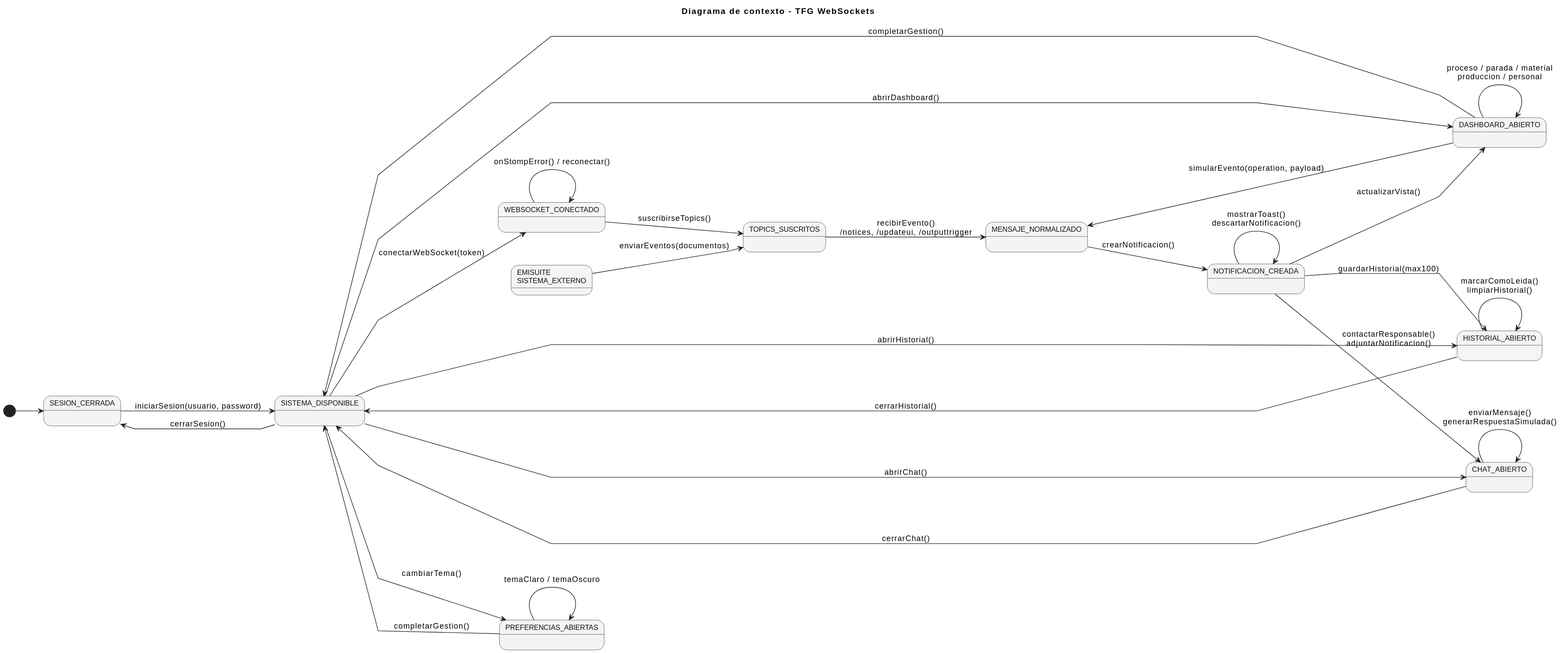
Before: imagenes/diagramaContextoSimple.svg, a diagram exported from PlantUML (RaulPlayo/TFG-RaulPelayoParaja). Its diagram source:
```plantuml
@startuml
title Diagrama de contexto - TFG WebSockets

left to right direction
skinparam linetype polyline
skinparam nodesep 55
skinparam ranksep 45

skinparam backgroundColor white
skinparam shadowing false
skinparam ArrowColor #222222
skinparam StateBorderColor #222222
skinparam StateBackgroundColor #F4F4F4
skinparam StateFontColor #111111
skinparam StateFontSize 12
skinparam defaultFontName Arial

state "SESION_CERRADA" as NoAuth
state "SISTEMA_DISPONIBLE" as Menu
state "EMISUITE\nSISTEMA_EXTERNO" as EmiSuite
state "WEBSOCKET_CONECTADO" as WebSocket
state "TOPICS_SUSCRITOS" as Topics
state "MENSAJE_NORMALIZADO" as Message
state "DASHBOARD_ABIERTO" as Dashboard
state "NOTIFICACION_CREADA" as Notification
state "HISTORIAL_ABIERTO" as History
state "CHAT_ABIERTO" as Chat
state "PREFERENCIAS_ABIERTAS" as Preferences

[*] --> NoAuth

NoAuth --> Menu : iniciarSesion(usuario, password)
Menu --> NoAuth : cerrarSesion()

Menu --> WebSocket : conectarWebSocket(token)
WebSocket --> WebSocket : onStompError() / reconectar()
WebSocket --> Topics : suscribirseTopics()
EmiSuite --> Topics : enviarEventos(documentos)

Topics --> Message : recibirEvento()\n/notices, /updateui, /outputtrigger
Dashboard --> Message : simularEvento(operation, payload)
Message --> Notification : crearNotificacion()

Menu --> Dashboard : abrirDashboard()
Dashboard --> Dashboard : proceso / parada / material\nproduccion / personal
Dashboard --> Menu : completarGestion()

Notification --> Dashboard : actualizarVista()
Notification --> Notification : mostrarToast()\ndescartarNotificacion()
Notification --> History : guardarHistorial(max100)
Notification --> Chat : contactarResponsable()\nadjuntarNotificacion()

Menu --> History : abrirHistorial()
History --> History : marcarComoLeida()\nlimpiarHistorial()
History --> Menu : cerrarHistorial()

Menu --> Chat : abrirChat()
Chat --> Chat : enviarMensaje()\ngenerarRespuestaSimulada()
Chat --> Menu : cerrarChat()

Menu --> Preferences : cambiarTema()
Preferences --> Preferences : temaClaro / temaOscuro
Preferences --> Menu : completarGestion()
@enduml
```
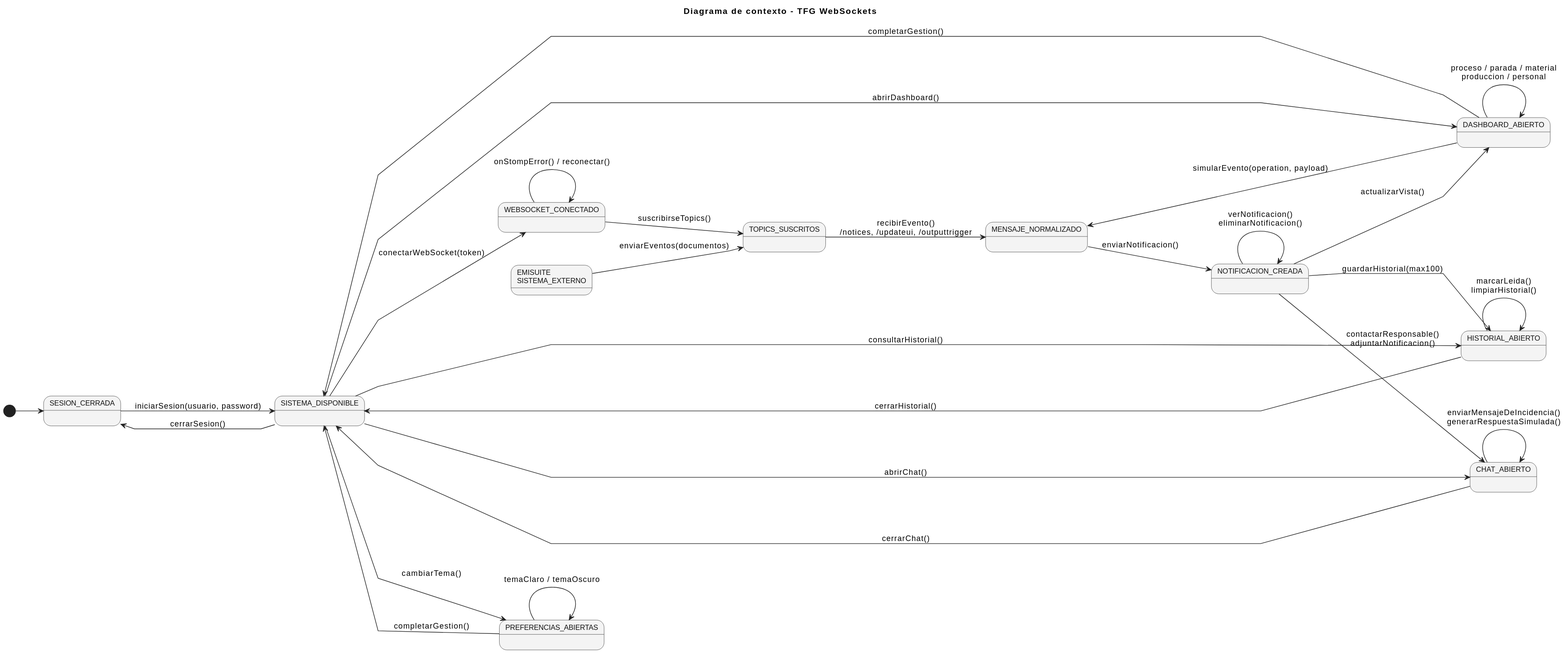
Above is the later version.

Diff of the diagram source:
```diff
@@ -39,23 +39,23 @@
 
 Topics --> Message : recibirEvento()\n/notices, /updateui, /outputtrigger
 Dashboard --> Message : simularEvento(operation, payload)
-Message --> Notification : crearNotificacion()
+Message --> Notification : enviarNotificacion()
 
 Menu --> Dashboard : abrirDashboard()
 Dashboard --> Dashboard : proceso / parada / material\nproduccion / personal
 Dashboard --> Menu : completarGestion()
 
 Notification --> Dashboard : actualizarVista()
-Notification --> Notification : mostrarToast()\ndescartarNotificacion()
+Notification --> Notification : verNotificacion()\neliminarNotificacion()
 Notification --> History : guardarHistorial(max100)
 Notification --> Chat : contactarResponsable()\nadjuntarNotificacion()
 
-Menu --> History : abrirHistorial()
-History --> History : marcarComoLeida()\nlimpiarHistorial()
+Menu --> History : consultarHistorial()
+History --> History : marcarLeida()\nlimpiarHistorial()
 History --> Menu : cerrarHistorial()
 
 Menu --> Chat : abrirChat()
-Chat --> Chat : enviarMensaje()\ngenerarRespuestaSimulada()
+Chat --> Chat : enviarMensajeDeIncidencia()\ngenerarRespuestaSimulada()
 Chat --> Menu : cerrarChat()
 
 Menu --> Preferences : cambiarTema()
```
